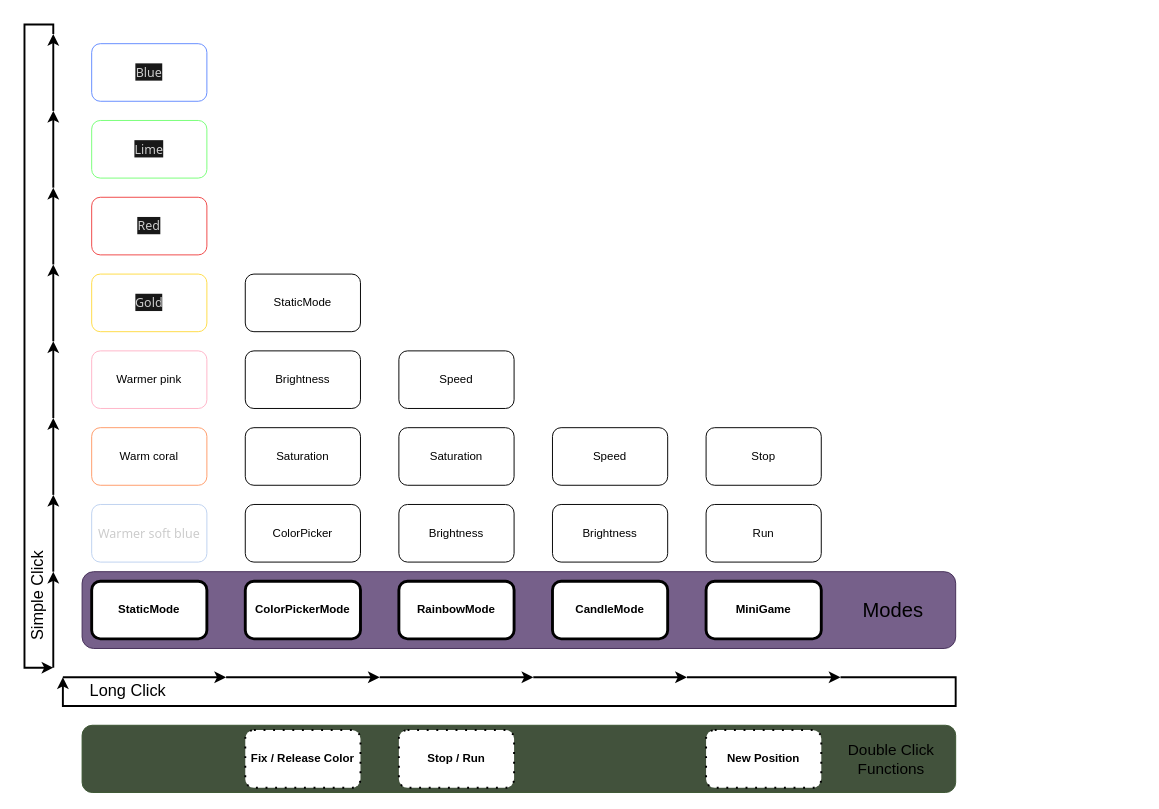
Earlier version of the draw.io diagram media/draw/GlowLight.drawio (Friedjof/GlowLight). Source tidied: cells renumbered, new cells numbered last; positions are measured from the earlier drawing's top-left corner, leaving out a move shared by most shapes. Both pictures are drawn from the tidied source at 96%, with x=0, y=0 at pixel (-14, 24).
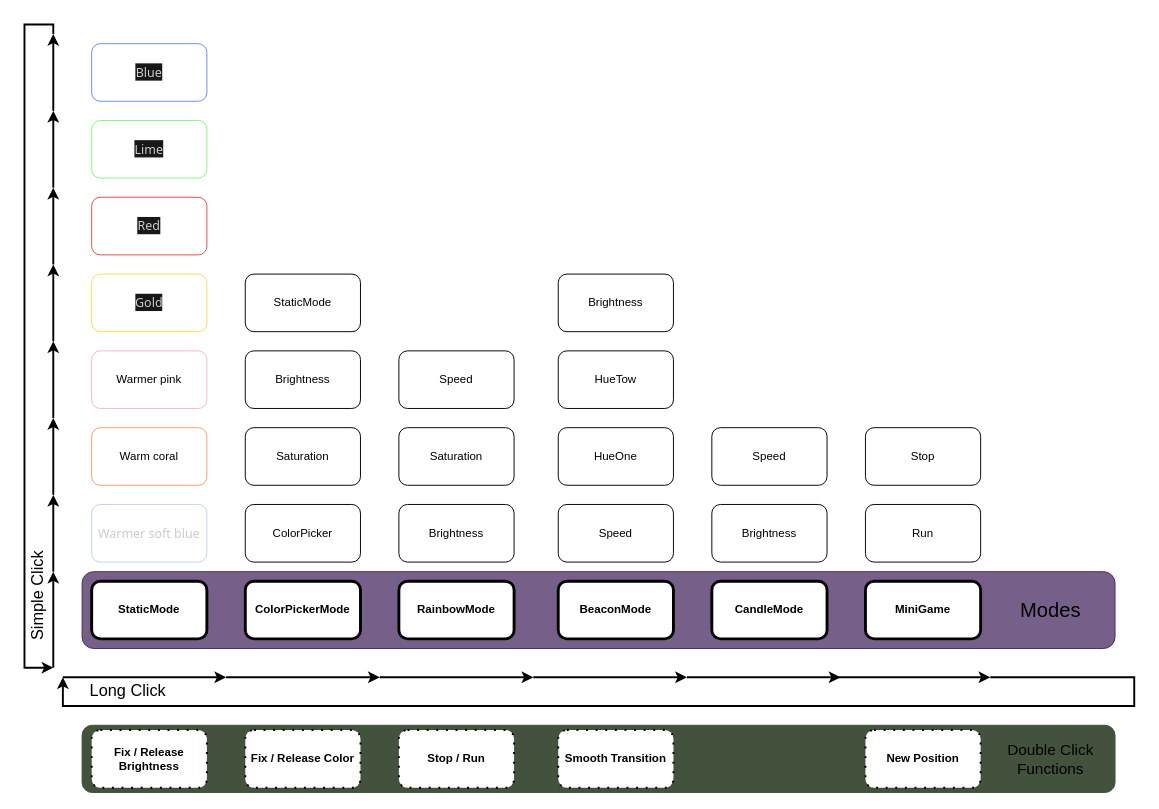
Above is the later version.

What changed in the source:
```diff
@@
     <mxCell id="2" style="rounded=1;whiteSpace=wrap;html=1;strokeWidth=1;fontStyle=1;fillColor=#42523C;fontColor=#ffffff;strokeColor=#3A5431;" parent="1" vertex="1">
-      <mxGeometry x="100" y="730" width="910" height="70" as="geometry" />
+      <mxGeometry x="100" y="730" width="1076" height="70" as="geometry" />
     </mxCell>
     <mxCell id="3" style="rounded=1;whiteSpace=wrap;html=1;strokeWidth=1;fontStyle=1;fillColor=#76608a;fontColor=#ffffff;strokeColor=#432D57;" parent="1" vertex="1">
-      <mxGeometry x="100" y="570" width="910" height="80" as="geometry" />
+      <mxGeometry x="100" y="570" width="1076" height="80" as="geometry" />
     </mxCell>
@@
     <mxCell id="7" value="CandleMode" style="rounded=1;whiteSpace=wrap;html=1;strokeWidth=3;fontStyle=1;" parent="1" vertex="1">
-      <mxGeometry x="590" y="580" width="120" height="60" as="geometry" />
+      <mxGeometry x="756" y="580" width="120" height="60" as="geometry" />
     </mxCell>
     <mxCell id="8" value="MiniGame" style="rounded=1;whiteSpace=wrap;html=1;strokeWidth=3;fontStyle=1;" parent="1" vertex="1">
-      <mxGeometry x="750" y="580" width="120" height="60" as="geometry" />
+      <mxGeometry x="916" y="580" width="120" height="60" as="geometry" />
     </mxCell>
@@
     <mxCell id="23" value="Brightness" style="rounded=1;whiteSpace=wrap;html=1;strokeWidth=1;strokeColor=default;" parent="1" vertex="1">
-      <mxGeometry x="590" y="500" width="120" height="60" as="geometry" />
+      <mxGeometry x="756" y="500" width="120" height="60" as="geometry" />
     </mxCell>
     <mxCell id="24" value="Speed" style="rounded=1;whiteSpace=wrap;html=1;strokeWidth=1;" parent="1" vertex="1">
-      <mxGeometry x="590" y="420" width="120" height="60" as="geometry" />
+      <mxGeometry x="756" y="420" width="120" height="60" as="geometry" />
     </mxCell>
     <mxCell id="25" value="Run" style="rounded=1;whiteSpace=wrap;html=1;strokeWidth=1;" parent="1" vertex="1">
-      <mxGeometry x="750" y="500" width="120" height="60" as="geometry" />
+      <mxGeometry x="916" y="500" width="120" height="60" as="geometry" />
     </mxCell>
     <mxCell id="26" value="Stop" style="rounded=1;whiteSpace=wrap;html=1;strokeWidth=1;" parent="1" vertex="1">
-      <mxGeometry x="750" y="420" width="120" height="60" as="geometry" />
+      <mxGeometry x="916" y="420" width="120" height="60" as="geometry" />
     </mxCell>
@@
     <mxCell id="44" style="endArrow=classic;html=1;rounded=0;strokeWidth=2;" parent="1" edge="1">
       <mxGeometry relative="1" as="geometry">
-        <mxPoint x="890" y="680" as="sourcePoint" />
+        <mxPoint x="1046" y="680" as="sourcePoint" />
         <mxPoint x="80" y="680" as="targetPoint" />
         <Array as="points">
-          <mxPoint x="1010" y="680" />
-          <mxPoint x="1010" y="710" />
+          <mxPoint x="1196" y="680" />
+          <mxPoint x="1196" y="710" />
           <mxPoint x="80" y="710" />
         </Array>
       </mxGeometry>
     </mxCell>
@@
     <mxCell id="46" value="Modes" style="text;html=1;align=center;verticalAlign=middle;whiteSpace=wrap;rounded=0;fontSize=21;" parent="1" vertex="1">
-      <mxGeometry x="900" y="587.5" width="90" height="45" as="geometry" />
+      <mxGeometry x="1064" y="587.5" width="90" height="45" as="geometry" />
     </mxCell>
     <mxCell id="47" value="Double Click Functions" style="text;html=1;align=center;verticalAlign=middle;whiteSpace=wrap;rounded=0;fontSize=16;" parent="1" vertex="1">
-      <mxGeometry x="876" y="735" width="134" height="60" as="geometry" />
+      <mxGeometry x="1042" y="735" width="134" height="60" as="geometry" />
     </mxCell>
     <mxCell id="48" value="New Position" style="rounded=1;whiteSpace=wrap;html=1;strokeWidth=2;fontStyle=1;dashed=1;dashPattern=1 4;" parent="1" vertex="1">
-      <mxGeometry x="750" y="735" width="120" height="60" as="geometry" />
+      <mxGeometry x="916" y="735" width="120" height="60" as="geometry" />
     </mxCell>
+    <mxCell id="49" value="Fix / Release Brightness" style="rounded=1;whiteSpace=wrap;html=1;strokeWidth=2;fontStyle=1;dashed=1;dashPattern=1 4;" parent="1" vertex="1">
+      <mxGeometry x="110" y="735" width="120" height="60" as="geometry" />
+    </mxCell>
+    <mxCell id="50" value="BeaconMode" style="rounded=1;whiteSpace=wrap;html=1;strokeWidth=3;fontStyle=1;" parent="1" vertex="1">
+      <mxGeometry x="596" y="580" width="120" height="60" as="geometry" />
+    </mxCell>
+    <mxCell id="51" value="Speed" style="rounded=1;whiteSpace=wrap;html=1;strokeWidth=1;strokeColor=default;" parent="1" vertex="1">
+      <mxGeometry x="596" y="500" width="120" height="60" as="geometry" />
+    </mxCell>
+    <mxCell id="52" value="HueOne" style="rounded=1;whiteSpace=wrap;html=1;strokeWidth=1;strokeColor=default;" parent="1" vertex="1">
+      <mxGeometry x="596" y="420" width="120" height="60" as="geometry" />
+    </mxCell>
+    <mxCell id="53" value="HueTow" style="rounded=1;whiteSpace=wrap;html=1;strokeWidth=1;strokeColor=default;" parent="1" vertex="1">
+      <mxGeometry x="596" y="340" width="120" height="60" as="geometry" />
+    </mxCell>
+    <mxCell id="54" value="Brightness" style="rounded=1;whiteSpace=wrap;html=1;strokeWidth=1;strokeColor=default;" parent="1" vertex="1">
+      <mxGeometry x="596" y="260" width="120" height="60" as="geometry" />
+    </mxCell>
+    <mxCell id="55" value="Smooth Transition" style="rounded=1;whiteSpace=wrap;html=1;strokeWidth=2;fontStyle=1;dashed=1;dashPattern=1 4;" parent="1" vertex="1">
+      <mxGeometry x="596" y="735" width="120" height="60" as="geometry" />
+    </mxCell>
+    <mxCell id="56" style="endArrow=classic;html=1;rounded=0;strokeWidth=2;" parent="1" edge="1">
+      <mxGeometry relative="1" as="geometry">
+        <mxPoint x="886" y="680" as="sourcePoint" />
+        <mxPoint x="1046" y="680" as="targetPoint" />
+      </mxGeometry>
+    </mxCell>
```
